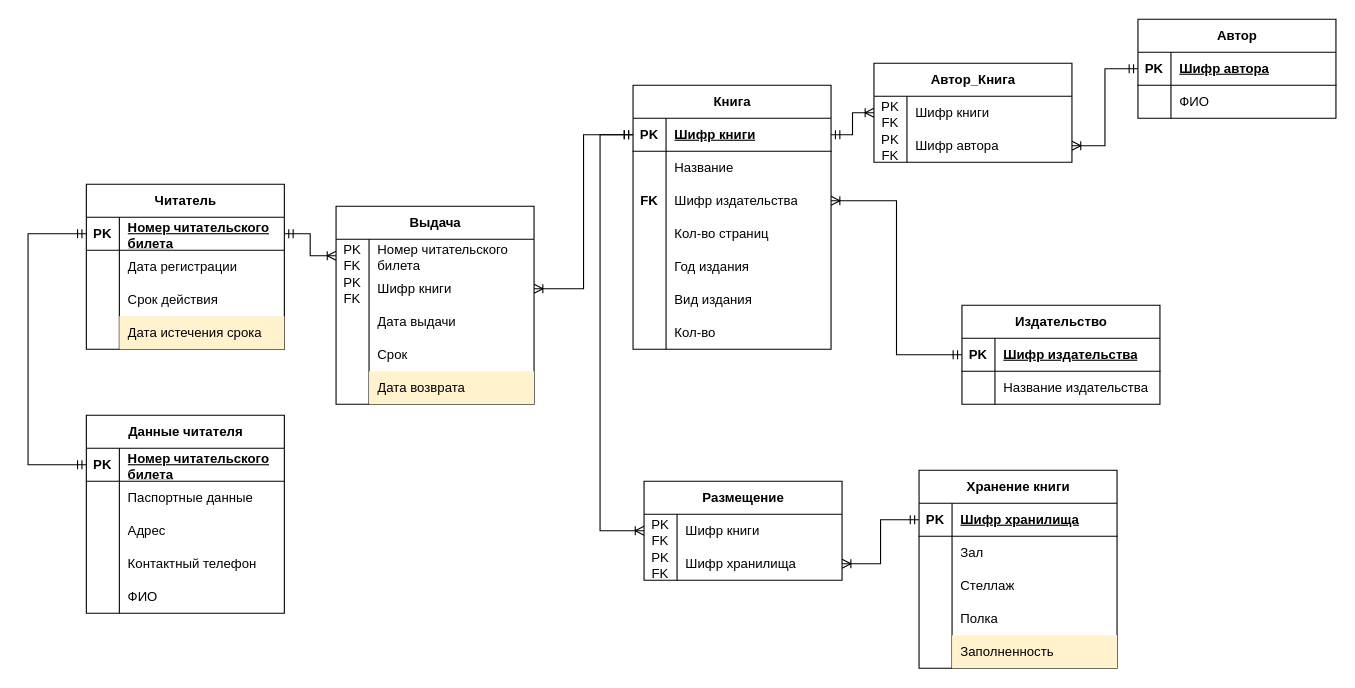
The draw.io diagram Диаграмма без названия.drawio in Kamil08125/-, before the edit. Source tidied: cells renumbered, new cells numbered last; positions are measured from the earlier drawing's top-left corner, leaving out a move shared by most shapes. Both pictures are drawn from the tidied source at 110%, with x=0, y=0 at pixel (28, 19).
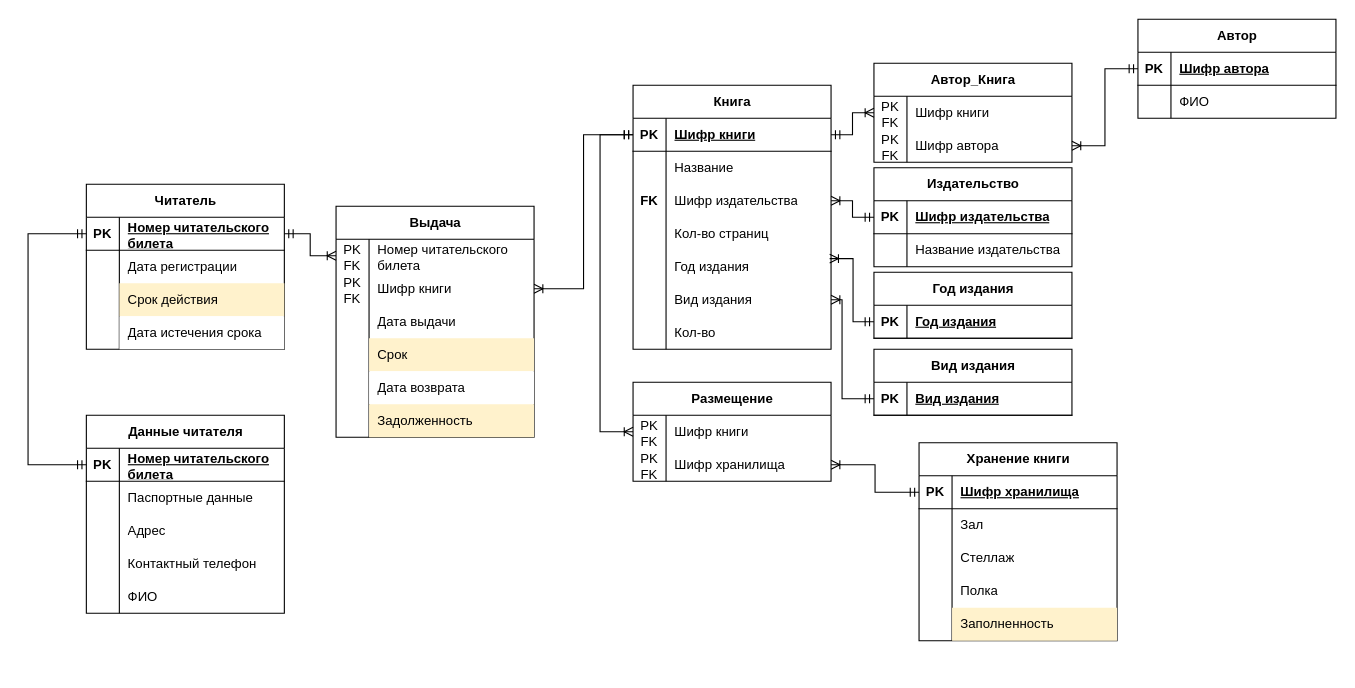
Above is the later version.

The change refers to these unchanged cells:
```xml
<mxCell id="3" style="shape=tableRow;horizontal=0;startSize=0;swimlaneHead=0;swimlaneBody=0;fillColor=none;points=[[0,0.5],[1,0.5]];portConstraint=eastwest;top=0;left=0;right=0;bottom=1;" parent="2" vertex="1">
  <mxGeometry y="30" width="180" height="30" as="geometry" />
</mxCell>
<mxCell id="15" style="shape=tableRow;horizontal=0;startSize=0;swimlaneHead=0;swimlaneBody=0;fillColor=none;points=[[0,0.5],[1,0.5]];portConstraint=eastwest;top=0;left=0;right=0;bottom=0;" parent="2" vertex="1">
  <mxGeometry y="150" width="180" height="30" as="geometry" />
</mxCell>
<mxCell id="18" style="shape=tableRow;horizontal=0;startSize=0;swimlaneHead=0;swimlaneBody=0;fillColor=none;points=[[0,0.5],[1,0.5]];portConstraint=eastwest;top=0;left=0;right=0;bottom=0;" parent="2" vertex="1">
  <mxGeometry y="180" width="180" height="30" as="geometry" />
</mxCell>
<mxCell id="55" style="shape=tableRow;horizontal=0;startSize=0;swimlaneHead=0;swimlaneBody=0;fillColor=none;top=0;left=0;right=0;bottom=0;" parent="48" vertex="1">
  <mxGeometry y="90" width="180" height="30" as="geometry" />
</mxCell>
<mxCell id="58" style="shape=tableRow;horizontal=0;startSize=0;swimlaneHead=0;swimlaneBody=0;fillColor=none;top=0;left=0;right=0;bottom=0;" parent="48" vertex="1">
  <mxGeometry y="120" width="180" height="30" as="geometry" />
</mxCell>
<mxCell id="88" style="shape=tableRow;horizontal=0;startSize=0;swimlaneHead=0;swimlaneBody=0;fillColor=none;top=0;left=0;right=0;bottom=0;" parent="78" vertex="1">
  <mxGeometry y="120" width="180" height="30" as="geometry" />
</mxCell>
<mxCell id="91" style="shape=tableRow;horizontal=0;startSize=0;swimlaneHead=0;swimlaneBody=0;fillColor=none;top=0;left=0;right=0;bottom=0;" parent="78" vertex="1">
  <mxGeometry y="150" width="180" height="30" as="geometry" />
</mxCell>
<mxCell id="113" style="shape=tableRow;horizontal=0;startSize=0;swimlaneHead=0;swimlaneBody=0;fillColor=none;points=[[0,0.5],[1,0.5]];portConstraint=eastwest;top=0;left=0;right=0;bottom=0;" parent="112" vertex="1">
  <mxGeometry y="30" width="180" height="30" as="geometry" />
</mxCell>
```

What changed in the source:
```diff
@@
     <mxCell id="31" value="Издательство" style="shape=table;startSize=30;childLayout=tableLayout;rowLines=0;fontStyle=1;align=center;html=1;" parent="1" vertex="1">
-      <mxGeometry x="849" y="260" width="180" height="90" as="geometry" />
+      <mxGeometry x="769" y="135" width="180" height="90" as="geometry" />
     </mxCell>
@@
-    <mxCell id="57" value="Срок действия" style="shape=partialRectangle;fillColor=none;top=0;left=0;bottom=0;right=0;align=left;spacingLeft=6;overflow=hidden;whiteSpace=wrap;html=1;" parent="55" vertex="1">
+    <mxCell id="57" value="Срок действия" style="shape=partialRectangle;fillColor=#fff2cc;top=0;left=0;bottom=0;right=0;align=left;spacingLeft=6;overflow=hidden;whiteSpace=wrap;html=1;strokeColor=#d6b656;" parent="55" vertex="1">
       <mxGeometry x="30" width="150" height="30" as="geometry" />
     </mxCell>
@@
-    <mxCell id="60" value="Дата истечения срока" style="shape=partialRectangle;fillColor=#fff2cc;top=0;left=0;bottom=0;right=0;align=left;spacingLeft=6;overflow=hidden;whiteSpace=wrap;html=1;strokeColor=#d6b656;" parent="58" vertex="1">
+    <mxCell id="60" value="Дата истечения срока" style="shape=partialRectangle;top=0;left=0;bottom=0;right=0;align=left;spacingLeft=6;overflow=hidden;whiteSpace=wrap;html=1;" parent="58" vertex="1">
       <mxGeometry x="30" width="150" height="30" as="geometry" />
     </mxCell>
@@
     <mxCell id="78" value="Выдача" style="shape=table;startSize=30;childLayout=tableLayout;rowLines=0;fontStyle=1;align=center;html=1;" parent="1" vertex="1">
-      <mxGeometry x="280" y="170" width="180" height="180" as="geometry" />
+      <mxGeometry x="280" y="170" width="180" height="210" as="geometry" />
     </mxCell>
@@
-    <mxCell id="90" value="Срок&amp;nbsp;" style="shape=partialRectangle;fillColor=none;top=0;left=0;bottom=0;right=0;align=left;spacingLeft=6;overflow=hidden;whiteSpace=wrap;html=1;" parent="88" vertex="1">
+    <mxCell id="90" value="Срок&amp;nbsp;" style="shape=partialRectangle;fillColor=#fff2cc;top=0;left=0;bottom=0;right=0;align=left;spacingLeft=6;overflow=hidden;whiteSpace=wrap;html=1;strokeColor=#d6b656;" parent="88" vertex="1">
       <mxGeometry x="30" width="150" height="30" as="geometry" />
     </mxCell>
@@
-    <mxCell id="93" value="Дата возврата" style="shape=partialRectangle;fillColor=#fff2cc;top=0;left=0;bottom=0;right=0;align=left;spacingLeft=6;overflow=hidden;whiteSpace=wrap;html=1;strokeColor=#d6b656;" parent="91" vertex="1">
+    <mxCell id="93" value="Дата возврата" style="shape=partialRectangle;top=0;left=0;bottom=0;right=0;align=left;spacingLeft=6;overflow=hidden;whiteSpace=wrap;html=1;" parent="91" vertex="1">
       <mxGeometry x="30" width="150" height="30" as="geometry" />
     </mxCell>
+    <mxCell id="121" style="shape=tableRow;horizontal=0;startSize=0;swimlaneHead=0;swimlaneBody=0;fillColor=none;top=0;left=0;right=0;bottom=0;" parent="78" vertex="1">
+      <mxGeometry y="180" width="180" height="30" as="geometry" />
+    </mxCell>
+    <mxCell id="122" style="shape=partialRectangle;fillColor=none;top=0;left=0;bottom=0;right=0;overflow=hidden;whiteSpace=wrap;html=1;" parent="121" vertex="1">
+      <mxGeometry width="30" height="30" as="geometry" />
+    </mxCell>
+    <mxCell id="123" value="Задолженность" style="shape=partialRectangle;fillColor=#fff2cc;top=0;left=0;bottom=0;right=0;align=left;spacingLeft=6;overflow=hidden;whiteSpace=wrap;html=1;strokeColor=#d6b656;" parent="121" vertex="1">
+      <mxGeometry x="30" width="150" height="30" as="geometry" />
+    </mxCell>
@@
     <mxCell id="96" value="Хранение книги" style="shape=table;startSize=30;childLayout=tableLayout;rowLines=0;fontStyle=1;align=center;html=1;" parent="1" vertex="1">
-      <mxGeometry x="810" y="410" width="180" height="180" as="geometry" />
+      <mxGeometry x="810" y="385" width="180" height="180" as="geometry" />
     </mxCell>
@@
     <mxCell id="112" value="Размещение" style="shape=table;startSize=30;childLayout=tableLayout;rowLines=0;fontStyle=1;align=center;html=1;" parent="1" vertex="1">
-      <mxGeometry x="560" y="420" width="180" height="90" as="geometry" />
+      <mxGeometry x="550" y="330" width="180" height="90" as="geometry" />
     </mxCell>
@@
     <mxCell id="119" style="edgeStyle=orthogonalEdgeStyle;fontSize=12;html=1;endArrow=ERoneToMany;startArrow=ERmandOne;rounded=0;exitX=0;exitY=0.5;exitDx=0;exitDy=0;entryX=0;entryY=0.5;entryDx=0;entryDy=0;" parent="1" edge="1" source="3" target="113">
       <mxGeometry relative="1" as="geometry">
         <Array as="points">
           <mxPoint x="520" y="105" />
-          <mxPoint x="520" y="465" />
+          <mxPoint x="520" y="375" />
         </Array>
       </mxGeometry>
     </mxCell>
@@
+    <mxCell id="124" value="Год издания" style="shape=table;startSize=30;childLayout=tableLayout;rowLines=0;fontStyle=1;align=center;html=1;" parent="1" vertex="1">
+      <mxGeometry x="769" y="230" width="180" height="60" as="geometry" />
+    </mxCell>
+    <mxCell id="125" style="shape=tableRow;horizontal=0;startSize=0;swimlaneHead=0;swimlaneBody=0;fillColor=none;points=[[0,0.5],[1,0.5]];portConstraint=eastwest;top=0;left=0;right=0;bottom=1;" parent="124" vertex="1">
+      <mxGeometry y="30" width="180" height="30" as="geometry" />
+    </mxCell>
+    <mxCell id="126" value="PK" style="shape=partialRectangle;fillColor=none;top=0;left=0;bottom=0;right=0;fontStyle=1;overflow=hidden;whiteSpace=wrap;html=1;" parent="125" vertex="1">
+      <mxGeometry width="30" height="30" as="geometry" />
+    </mxCell>
+    <mxCell id="127" value="Год издания" style="shape=partialRectangle;fillColor=none;top=0;left=0;bottom=0;right=0;align=left;spacingLeft=6;fontStyle=5;overflow=hidden;whiteSpace=wrap;html=1;" parent="125" vertex="1">
+      <mxGeometry x="30" width="150" height="30" as="geometry" />
+    </mxCell>
+    <mxCell id="128" style="edgeStyle=orthogonalEdgeStyle;fontSize=12;html=1;endArrow=ERoneToMany;startArrow=ERmandOne;rounded=0;entryX=0.993;entryY=0.253;entryDx=0;entryDy=0;exitX=0;exitY=0.5;exitDx=0;exitDy=0;entryPerimeter=0;" parent="1" edge="1" source="125" target="15">
+      <mxGeometry relative="1" as="geometry">
+        <Array as="points">
+          <mxPoint x="750" y="275" />
+          <mxPoint x="750" y="218" />
+        </Array>
+      </mxGeometry>
+    </mxCell>
+    <mxCell id="129" value="Вид издания" style="shape=table;startSize=30;childLayout=tableLayout;rowLines=0;fontStyle=1;align=center;html=1;" parent="1" vertex="1">
+      <mxGeometry x="769" y="300" width="180" height="60" as="geometry" />
+    </mxCell>
+    <mxCell id="130" style="shape=tableRow;horizontal=0;startSize=0;swimlaneHead=0;swimlaneBody=0;fillColor=none;points=[[0,0.5],[1,0.5]];portConstraint=eastwest;top=0;left=0;right=0;bottom=1;" parent="129" vertex="1">
+      <mxGeometry y="30" width="180" height="30" as="geometry" />
+    </mxCell>
+    <mxCell id="131" value="PK" style="shape=partialRectangle;fillColor=none;top=0;left=0;bottom=0;right=0;fontStyle=1;overflow=hidden;whiteSpace=wrap;html=1;" parent="130" vertex="1">
+      <mxGeometry width="30" height="30" as="geometry" />
+    </mxCell>
+    <mxCell id="132" value="Вид издания" style="shape=partialRectangle;fillColor=none;top=0;left=0;bottom=0;right=0;align=left;spacingLeft=6;fontStyle=5;overflow=hidden;whiteSpace=wrap;html=1;" parent="130" vertex="1">
+      <mxGeometry x="30" width="150" height="30" as="geometry" />
+    </mxCell>
+    <mxCell id="133" style="edgeStyle=orthogonalEdgeStyle;fontSize=12;html=1;endArrow=ERoneToMany;startArrow=ERmandOne;rounded=0;entryX=1;entryY=0.5;entryDx=0;entryDy=0;exitX=0;exitY=0.5;exitDx=0;exitDy=0;" parent="1" edge="1" source="130" target="18">
+      <mxGeometry relative="1" as="geometry">
+        <Array as="points">
+          <mxPoint x="740" y="345" />
+          <mxPoint x="740" y="255" />
+        </Array>
+      </mxGeometry>
+    </mxCell>
```
